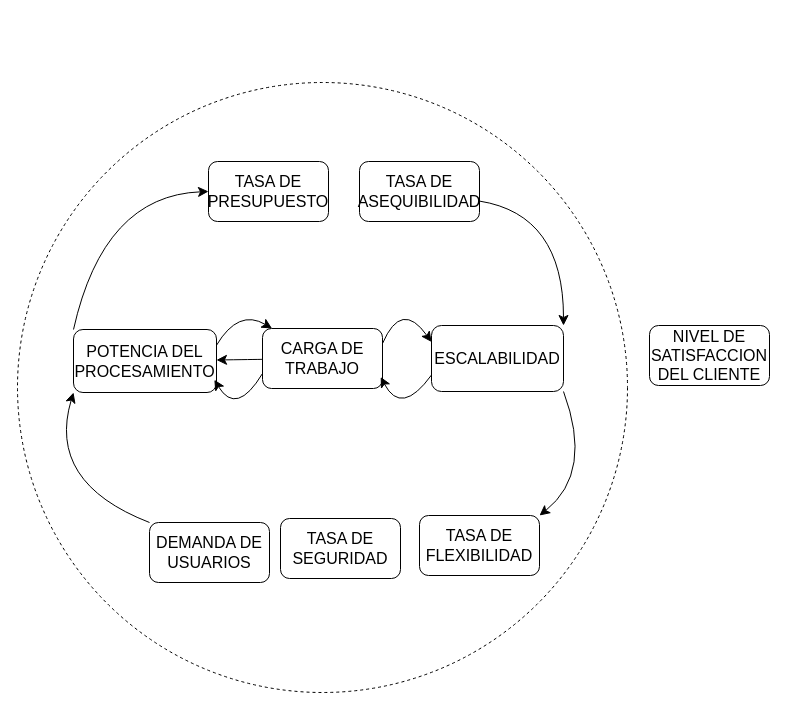
Earlier version of the draw.io diagram page "Página-2" (2 of 2) of SimulacionBasadaEnAgentes.drawio (EstebanGitPro/AdminFinanazas). Source tidied: cells renumbered, new cells numbered last; positions are measured from the earlier drawing's top-left corner, leaving out a move shared by most shapes. Both pictures are drawn from the tidied source at 100%, with x=0, y=0 at pixel (17, 82).
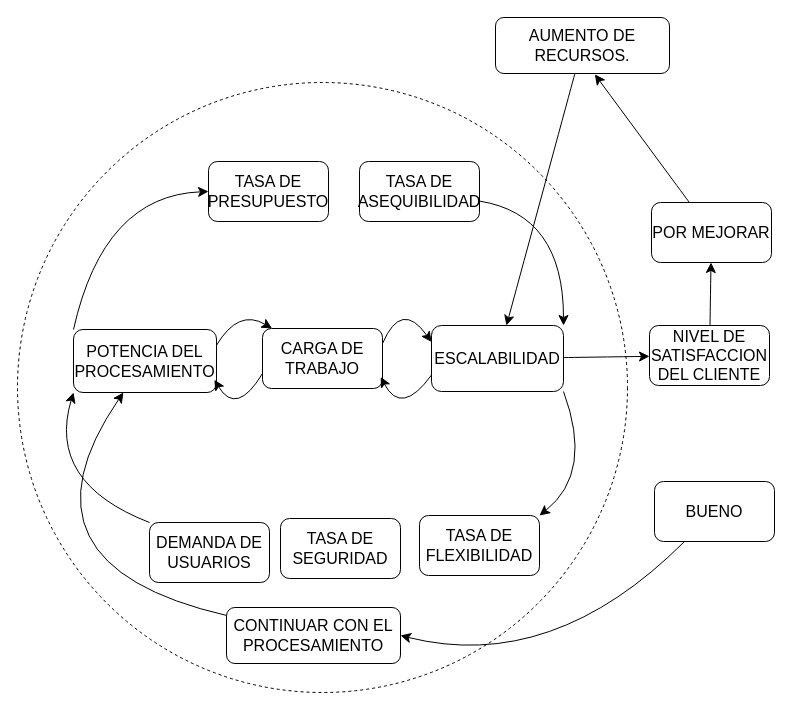
After the change.

Unchanged cells that the change refers to:
```xml
<mxCell id="5" value="CARGA DE TRABAJO" style="rounded=1;whiteSpace=wrap;html=1;fontSize=16;" parent="1" vertex="1">
  <mxGeometry x="245" y="246" width="120" height="60" as="geometry" />
</mxCell>
<mxCell id="7" value="ESCALABILIDAD" style="rounded=1;whiteSpace=wrap;html=1;fontSize=16;" parent="1" vertex="1">
  <mxGeometry x="414" y="243" width="132" height="66" as="geometry" />
</mxCell>
<mxCell id="10" value="POTENCIA DEL PROCESAMIENTO" style="rounded=1;whiteSpace=wrap;html=1;fontSize=16;" parent="1" vertex="1">
  <mxGeometry x="56" y="247" width="143" height="63" as="geometry" />
</mxCell>
<mxCell id="16" value="NIVEL DE SATISFACCION DEL CLIENTE" style="rounded=1;whiteSpace=wrap;html=1;fontSize=16;" parent="1" vertex="1">
  <mxGeometry x="632" y="243" width="120" height="60" as="geometry" />
</mxCell>
```

What changed in the source:
```diff
@@
-    <mxCell id="4" style="edgeStyle=none;curved=1;rounded=0;jettySize=auto;html=1;fontSize=12;startSize=8;endSize=8;" parent="1" edge="1" source="5" target="10">
-      <mxGeometry relative="1" as="geometry" />
-    </mxCell>
@@
+    <mxCell id="21" style="edgeStyle=none;curved=1;rounded=0;jettySize=auto;html=1;fontSize=12;startSize=8;endSize=8;" parent="1" edge="1" source="7" target="16">
+      <mxGeometry relative="1" as="geometry" />
+    </mxCell>
@@
+    <mxCell id="22" style="edgeStyle=none;curved=1;rounded=0;jettySize=auto;html=1;fontSize=12;startSize=8;endSize=8;" parent="1" edge="1" source="16" target="25">
+      <mxGeometry relative="1" as="geometry" />
+    </mxCell>
@@
+    <mxCell id="23" style="edgeStyle=none;curved=1;rounded=0;jettySize=auto;html=1;entryX=1;entryY=0.5;entryDx=0;entryDy=0;fontSize=12;startSize=8;endSize=8;" parent="1" edge="1" source="24" target="27">
+      <mxGeometry relative="1" as="geometry">
+        <Array as="points">
+          <mxPoint x="535" y="591" />
+        </Array>
+      </mxGeometry>
+    </mxCell>
+    <mxCell id="24" value="BUENO" style="rounded=1;whiteSpace=wrap;html=1;fontSize=16;" parent="1" vertex="1">
+      <mxGeometry x="637" y="399" width="120" height="60" as="geometry" />
+    </mxCell>
+    <mxCell id="25" value="POR MEJORAR" style="rounded=1;whiteSpace=wrap;html=1;fontSize=16;" parent="1" vertex="1">
+      <mxGeometry x="634" y="120" width="120" height="60" as="geometry" />
+    </mxCell>
+    <mxCell id="26" style="edgeStyle=none;curved=1;rounded=0;jettySize=auto;html=1;fontSize=12;startSize=8;endSize=8;" parent="1" edge="1" source="27" target="10">
+      <mxGeometry relative="1" as="geometry">
+        <Array as="points">
+          <mxPoint x="-12" y="482" />
+        </Array>
+      </mxGeometry>
+    </mxCell>
+    <mxCell id="27" value="CONTINUAR CON EL PROCESAMIENTO" style="rounded=1;whiteSpace=wrap;html=1;fontSize=16;" parent="1" vertex="1">
+      <mxGeometry x="209" y="525" width="174" height="56" as="geometry" />
+    </mxCell>
+    <mxCell id="28" style="edgeStyle=none;curved=1;rounded=0;jettySize=auto;html=1;fontSize=12;startSize=8;endSize=8;" parent="1" edge="1" source="29" target="7">
+      <mxGeometry relative="1" as="geometry" />
+    </mxCell>
+    <mxCell id="29" value="AUMENTO DE RECURSOS." style="rounded=1;whiteSpace=wrap;html=1;fontSize=16;" parent="1" vertex="1">
+      <mxGeometry x="478" y="-65" width="174" height="56" as="geometry" />
+    </mxCell>
+    <mxCell id="30" style="edgeStyle=none;curved=1;rounded=0;jettySize=auto;html=1;entryX=0.571;entryY=1.016;entryDx=0;entryDy=0;entryPerimeter=0;fontSize=12;startSize=8;endSize=8;" parent="1" edge="1" source="25" target="29">
+      <mxGeometry relative="1" as="geometry" />
+    </mxCell>
```
